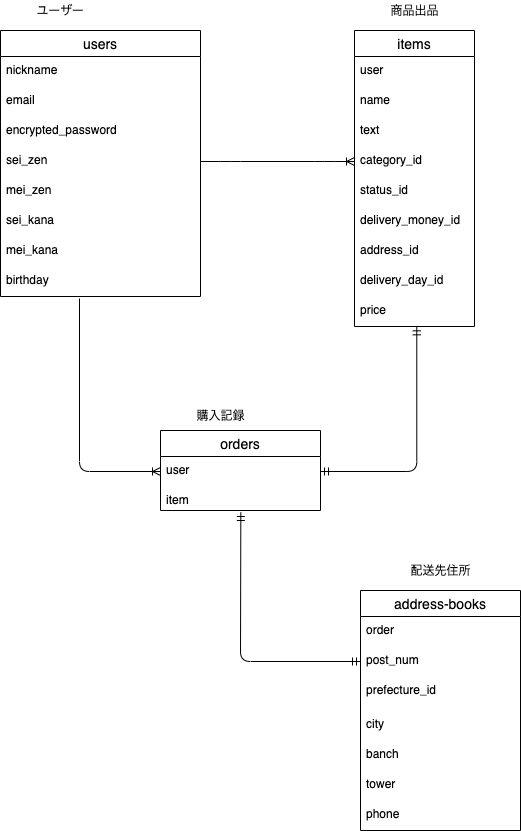
This is ER図.png from ak-matsu/furima-34248, a draw.io export, as it was before one commit. Source tidied: cells renumbered, new cells last; positions are measured from the earlier drawing's top-left corner, leaving out a move shared by most shapes.
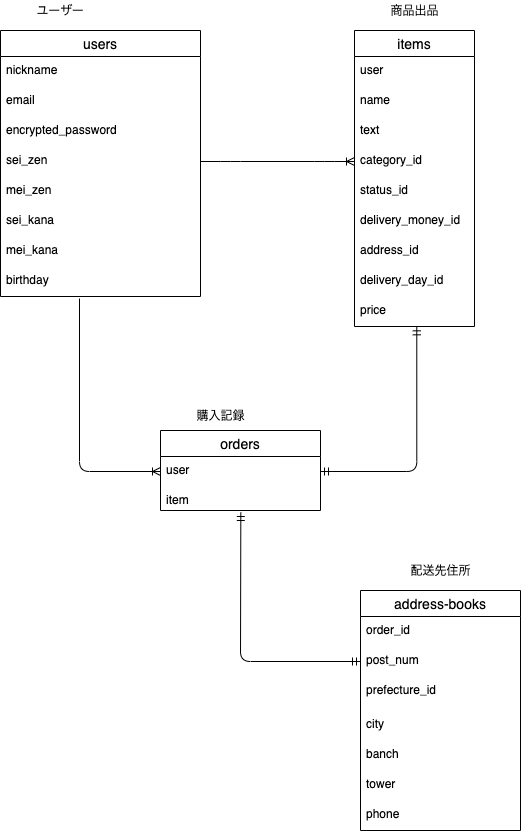
After the commit.

Commit message:
ER図とaddress_booksテーブルの修正

Change to the diagram source:
```diff
@@ -83,7 +83,7 @@
     <mxCell id="28" value="address-books" style="swimlane;fontStyle=0;horizontal=1;startSize=26;align=center;fontSize=14;" parent="1" vertex="1">
       <mxGeometry x="360" y="590" width="160" height="240" as="geometry" />
     </mxCell>
-    <mxCell id="29" value="order" style="text;strokeColor=none;fillColor=none;spacingLeft=4;spacingRight=4;overflow=hidden;fontSize=12;" parent="28" vertex="1">
+    <mxCell id="29" value="order_id" style="text;strokeColor=none;fillColor=none;spacingLeft=4;spacingRight=4;overflow=hidden;fontSize=12;" parent="28" vertex="1">
       <mxGeometry y="26" width="160" height="30" as="geometry" />
     </mxCell>
     <mxCell id="30" value="post_num" style="text;strokeColor=none;fillColor=none;spacingLeft=4;spacingRight=4;overflow=hidden;points=[[0,0.5],[1,0.5]];portConstraint=eastwest;fontSize=12;" parent="28" vertex="1">
```
